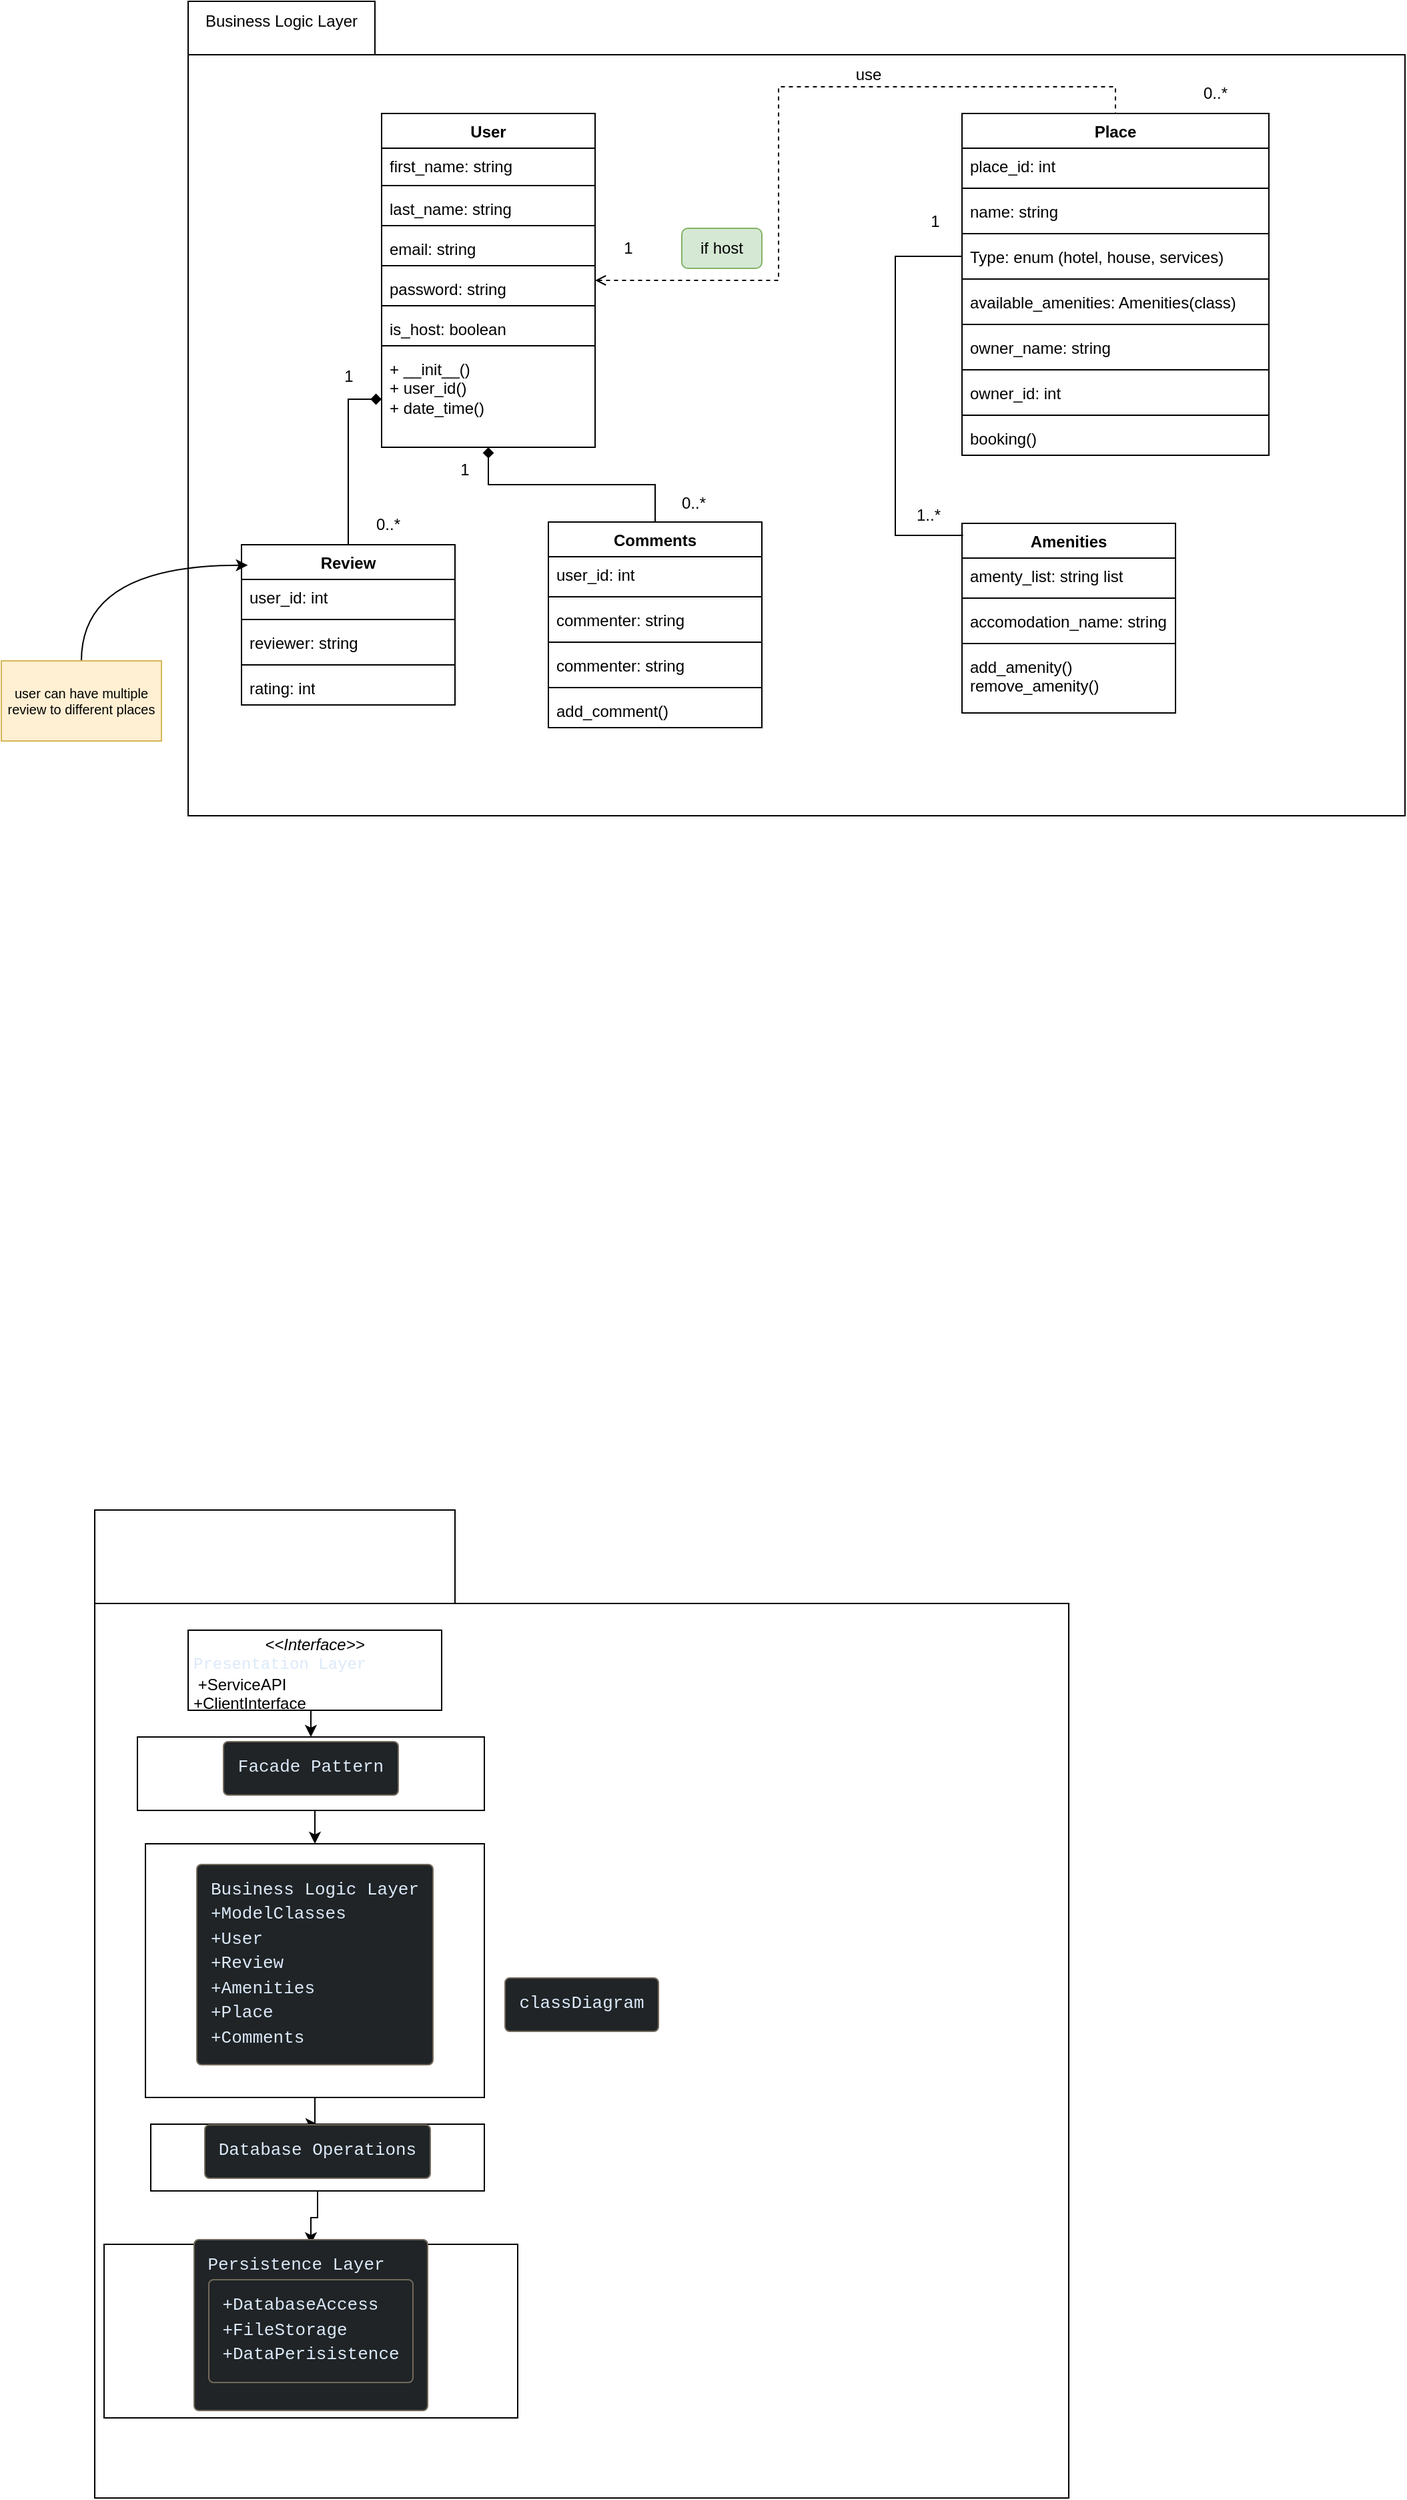
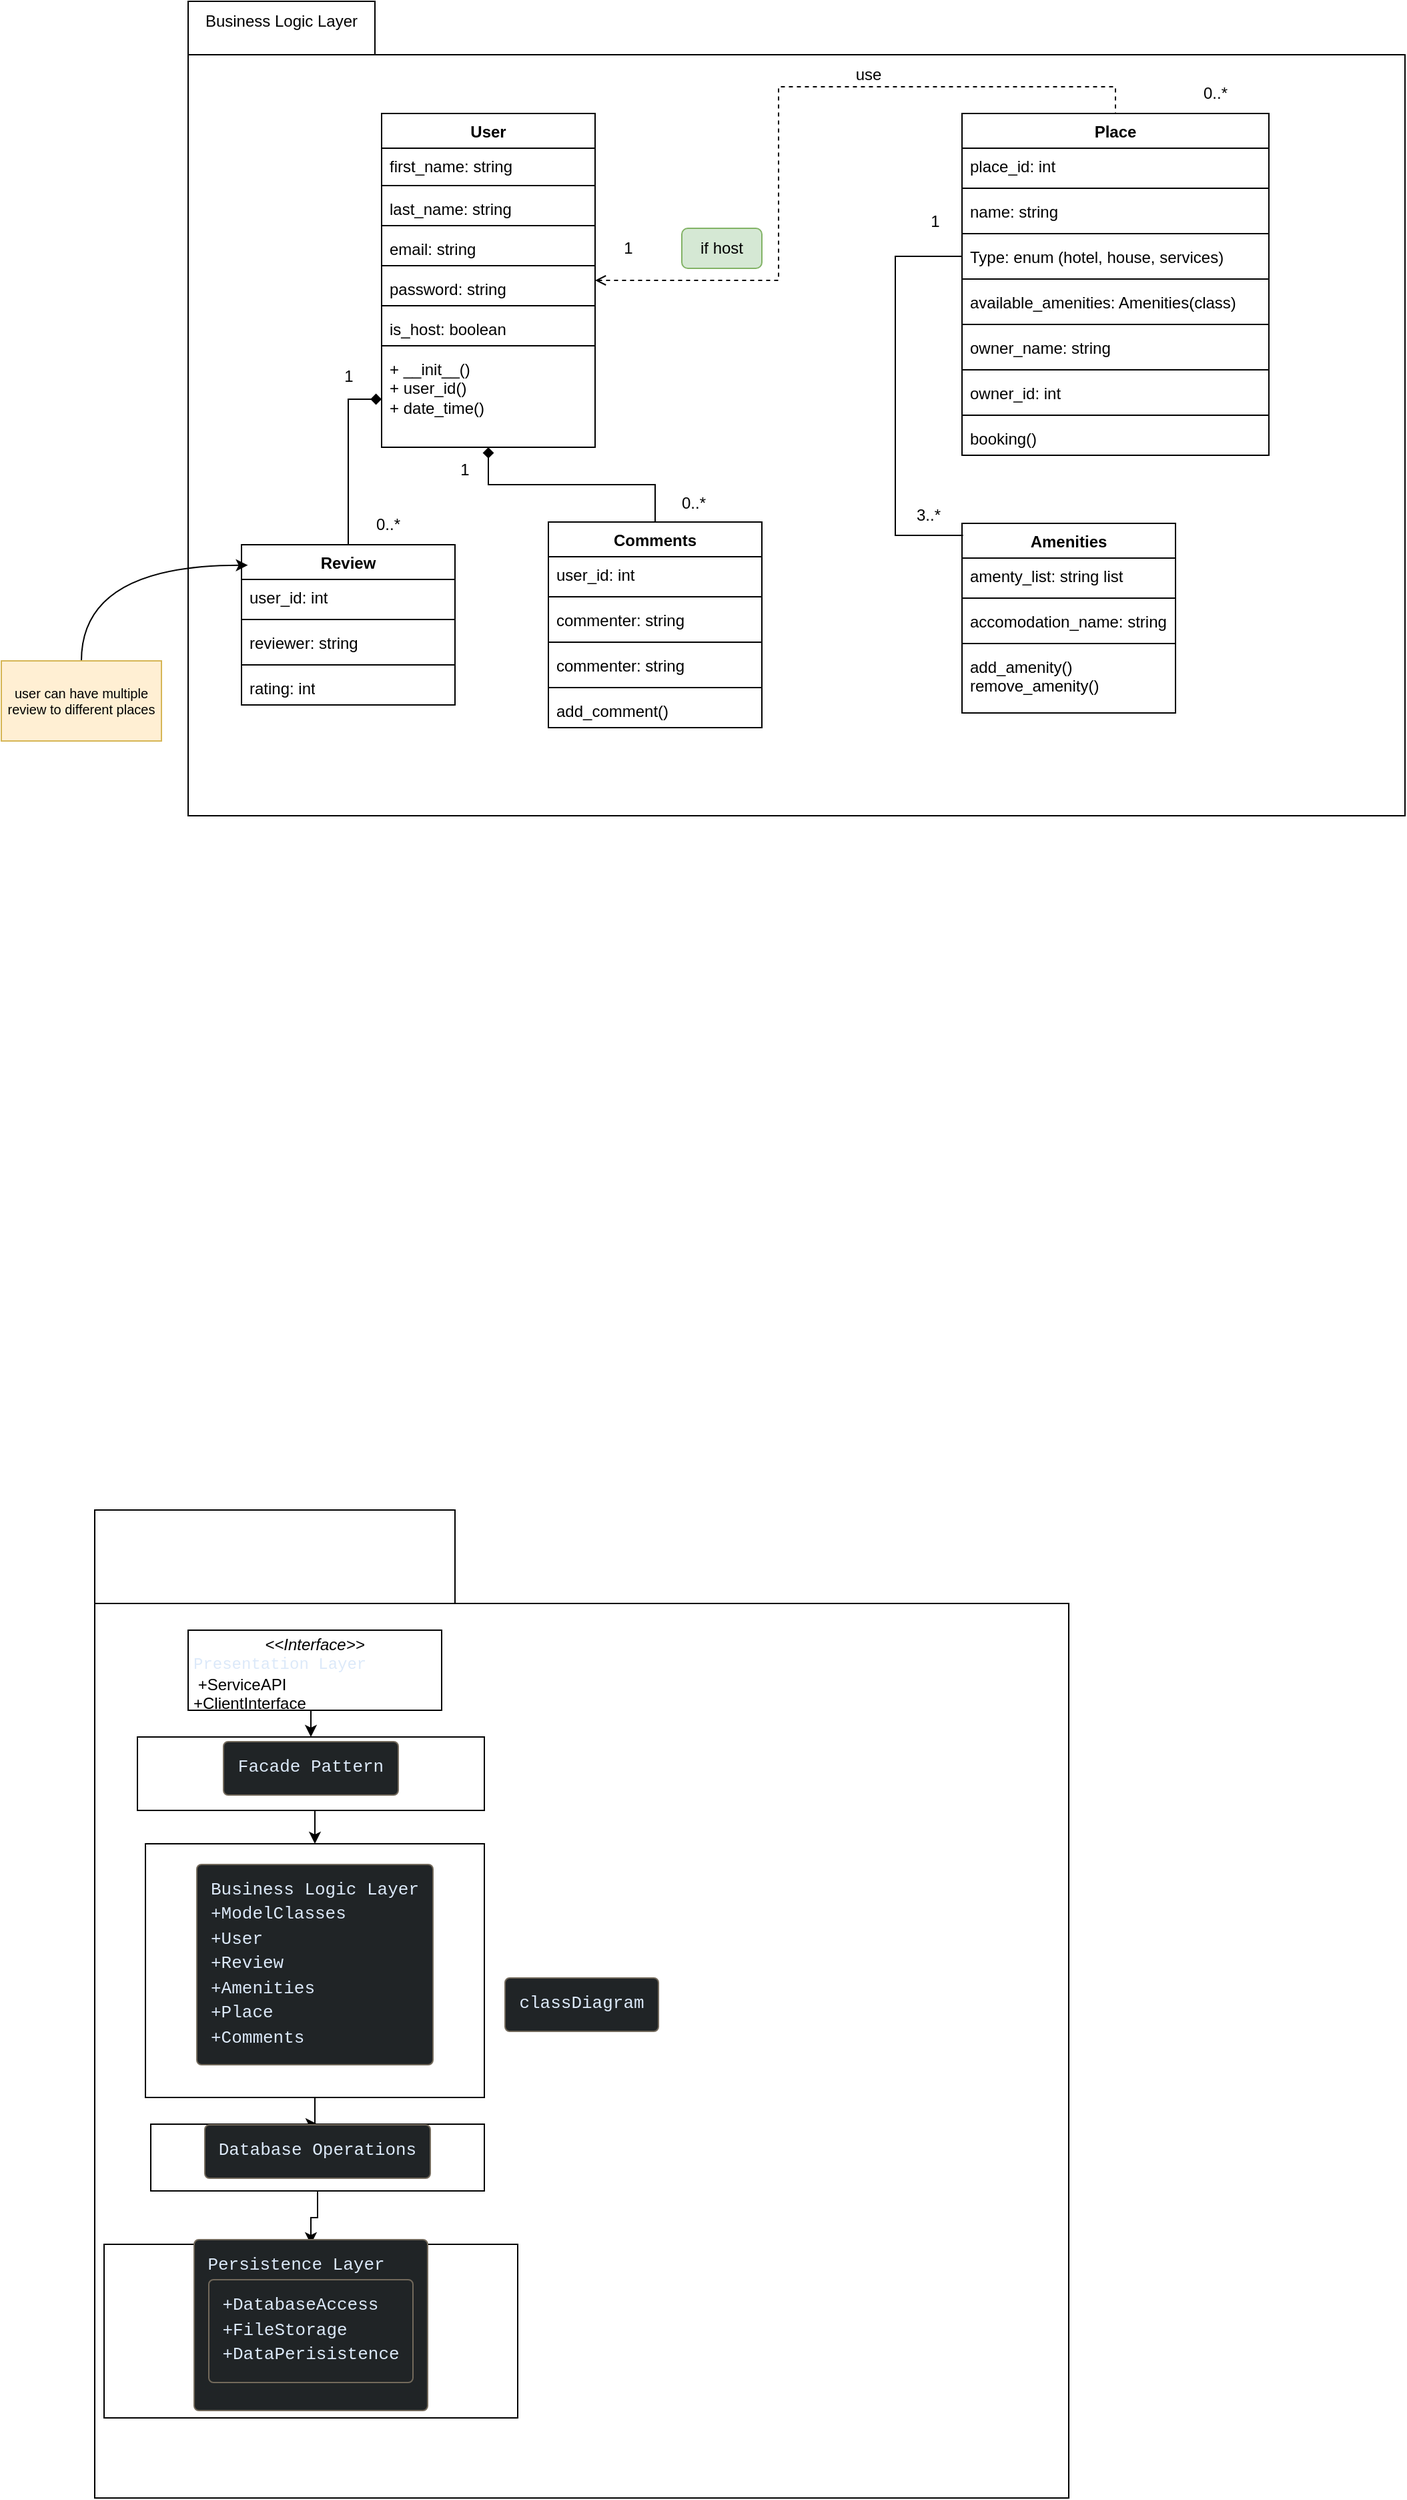
<mxfile host="app.diagrams.net">
  <diagram id="ltbA6WWBp3LRaSq-5ORm" name="Page-1">
-     <mxGraphModel dx="1283" dy="1726" grid="1" gridSize="10" guides="1" tooltips="1" connect="1" arrows="1" fold="1" page="1" pageScale="1" pageWidth="850" pageHeight="1100" math="0" shadow="0">
+     <mxGraphModel dx="811" dy="1500" grid="1" gridSize="10" guides="1" tooltips="1" connect="1" arrows="1" fold="1" page="1" pageScale="1" pageWidth="850" pageHeight="1100" math="0" shadow="0">
      <root>
        <mxCell id="0" />
        <mxCell id="1" parent="0" />
        <mxCell id="G2LW6t1l3yR2lz-vioTT-1" parent="1" style="shape=folder;fontStyle=1;spacingTop=10;tabWidth=140;tabHeight=40;tabPosition=left;html=1;whiteSpace=wrap;" value="" vertex="1">
          <mxGeometry height="610" width="912" x="180" y="-450" as="geometry" />
        </mxCell>
        <mxCell id="Qc-xl6jv6DDGC1pgQnW8-32" parent="1" style="rounded=1;whiteSpace=wrap;html=1;fillColor=#d5e8d4;strokeColor=#82b366;" value="if host" vertex="1">
          <mxGeometry height="30" width="60" x="550" y="-280" as="geometry" />
        </mxCell>
        <mxCell id="Qc-xl6jv6DDGC1pgQnW8-27" edge="1" parent="1" source="TRXBdDGxTs-NISdQ8IEX-1" style="edgeStyle=orthogonalEdgeStyle;rounded=0;orthogonalLoop=1;jettySize=auto;html=1;endArrow=none;endFill=0;startArrow=diamond;startFill=1;" target="TRXBdDGxTs-NISdQ8IEX-35">
          <mxGeometry relative="1" as="geometry" />
        </mxCell>
        <mxCell id="Qc-xl6jv6DDGC1pgQnW8-29" edge="1" parent="1" source="TRXBdDGxTs-NISdQ8IEX-1" style="edgeStyle=orthogonalEdgeStyle;rounded=0;orthogonalLoop=1;jettySize=auto;html=1;entryX=0.5;entryY=0;entryDx=0;entryDy=0;endArrow=none;endFill=0;dashed=1;startArrow=open;startFill=0;" target="TRXBdDGxTs-NISdQ8IEX-27">
          <mxGeometry relative="1" as="geometry" />
        </mxCell>
        <mxCell id="TRXBdDGxTs-NISdQ8IEX-1" parent="1" style="swimlane;fontStyle=1;align=center;verticalAlign=top;childLayout=stackLayout;horizontal=1;startSize=26;horizontalStack=0;resizeParent=1;resizeParentMax=0;resizeLast=0;collapsible=1;marginBottom=0;whiteSpace=wrap;html=1;" value="User" vertex="1">
          <mxGeometry height="250" width="160" x="325" y="-366" as="geometry" />
        </mxCell>
        <mxCell id="TRXBdDGxTs-NISdQ8IEX-2" parent="TRXBdDGxTs-NISdQ8IEX-1" style="text;strokeColor=none;fillColor=none;align=left;verticalAlign=top;spacingLeft=4;spacingRight=4;overflow=hidden;rotatable=0;points=[[0,0.5],[1,0.5]];portConstraint=eastwest;whiteSpace=wrap;html=1;" value="first_name: string&lt;div&gt;&lt;br&gt;&lt;/div&gt;" vertex="1">
          <mxGeometry height="24" width="160" y="26" as="geometry" />
        </mxCell>
        <mxCell id="TRXBdDGxTs-NISdQ8IEX-3" parent="TRXBdDGxTs-NISdQ8IEX-1" style="line;strokeWidth=1;fillColor=none;align=left;verticalAlign=middle;spacingTop=-1;spacingLeft=3;spacingRight=3;rotatable=0;labelPosition=right;points=[];portConstraint=eastwest;strokeColor=inherit;" value="" vertex="1">
          <mxGeometry height="8" width="160" y="50" as="geometry" />
        </mxCell>
        <mxCell id="TRXBdDGxTs-NISdQ8IEX-4" parent="TRXBdDGxTs-NISdQ8IEX-1" style="text;strokeColor=none;fillColor=none;align=left;verticalAlign=top;spacingLeft=4;spacingRight=4;overflow=hidden;rotatable=0;points=[[0,0.5],[1,0.5]];portConstraint=eastwest;whiteSpace=wrap;html=1;" value="&lt;div&gt;last_name: string&lt;/div&gt;" vertex="1">
          <mxGeometry height="22" width="160" y="58" as="geometry" />
        </mxCell>
        <mxCell id="TRXBdDGxTs-NISdQ8IEX-5" parent="TRXBdDGxTs-NISdQ8IEX-1" style="line;strokeWidth=1;fillColor=none;align=left;verticalAlign=middle;spacingTop=-1;spacingLeft=3;spacingRight=3;rotatable=0;labelPosition=right;points=[];portConstraint=eastwest;strokeColor=inherit;" value="" vertex="1">
          <mxGeometry height="8" width="160" y="80" as="geometry" />
        </mxCell>
        <mxCell id="TRXBdDGxTs-NISdQ8IEX-6" parent="TRXBdDGxTs-NISdQ8IEX-1" style="text;strokeColor=none;fillColor=none;align=left;verticalAlign=top;spacingLeft=4;spacingRight=4;overflow=hidden;rotatable=0;points=[[0,0.5],[1,0.5]];portConstraint=eastwest;whiteSpace=wrap;html=1;" value="&lt;div&gt;email: string&lt;/div&gt;" vertex="1">
          <mxGeometry height="22" width="160" y="88" as="geometry" />
        </mxCell>
        <mxCell id="TRXBdDGxTs-NISdQ8IEX-7" parent="TRXBdDGxTs-NISdQ8IEX-1" style="line;strokeWidth=1;fillColor=none;align=left;verticalAlign=middle;spacingTop=-1;spacingLeft=3;spacingRight=3;rotatable=0;labelPosition=right;points=[];portConstraint=eastwest;strokeColor=inherit;" value="" vertex="1">
          <mxGeometry height="8" width="160" y="110" as="geometry" />
        </mxCell>
        <mxCell id="TRXBdDGxTs-NISdQ8IEX-8" parent="TRXBdDGxTs-NISdQ8IEX-1" style="text;strokeColor=none;fillColor=none;align=left;verticalAlign=top;spacingLeft=4;spacingRight=4;overflow=hidden;rotatable=0;points=[[0,0.5],[1,0.5]];portConstraint=eastwest;whiteSpace=wrap;html=1;" value="&lt;div&gt;password: string&lt;/div&gt;" vertex="1">
          <mxGeometry height="22" width="160" y="118" as="geometry" />
        </mxCell>
        <mxCell id="TRXBdDGxTs-NISdQ8IEX-9" parent="TRXBdDGxTs-NISdQ8IEX-1" style="line;strokeWidth=1;fillColor=none;align=left;verticalAlign=middle;spacingTop=-1;spacingLeft=3;spacingRight=3;rotatable=0;labelPosition=right;points=[];portConstraint=eastwest;strokeColor=inherit;" value="" vertex="1">
          <mxGeometry height="8" width="160" y="140" as="geometry" />
        </mxCell>
        <mxCell id="TRXBdDGxTs-NISdQ8IEX-10" parent="TRXBdDGxTs-NISdQ8IEX-1" style="text;strokeColor=none;fillColor=none;align=left;verticalAlign=top;spacingLeft=4;spacingRight=4;overflow=hidden;rotatable=0;points=[[0,0.5],[1,0.5]];portConstraint=eastwest;whiteSpace=wrap;html=1;" value="&lt;div&gt;is_host: boolean&lt;/div&gt;" vertex="1">
          <mxGeometry height="22" width="160" y="148" as="geometry" />
        </mxCell>
        <mxCell id="TRXBdDGxTs-NISdQ8IEX-11" parent="TRXBdDGxTs-NISdQ8IEX-1" style="line;strokeWidth=1;fillColor=none;align=left;verticalAlign=middle;spacingTop=-1;spacingLeft=3;spacingRight=3;rotatable=0;labelPosition=right;points=[];portConstraint=eastwest;strokeColor=inherit;" value="" vertex="1">
          <mxGeometry height="8" width="160" y="170" as="geometry" />
        </mxCell>
        <mxCell id="TRXBdDGxTs-NISdQ8IEX-12" parent="TRXBdDGxTs-NISdQ8IEX-1" style="text;strokeColor=none;fillColor=none;align=left;verticalAlign=top;spacingLeft=4;spacingRight=4;overflow=hidden;rotatable=0;points=[[0,0.5],[1,0.5]];portConstraint=eastwest;whiteSpace=wrap;html=1;" value="+ __init__()&lt;div&gt;+ user_id()&lt;/div&gt;&lt;div&gt;+ date_time()&lt;/div&gt;" vertex="1">
          <mxGeometry height="72" width="160" y="178" as="geometry" />
        </mxCell>
        <mxCell id="TRXBdDGxTs-NISdQ8IEX-13" parent="1" style="shape=folder;fontStyle=1;spacingTop=10;tabWidth=270;tabHeight=70;tabPosition=left;html=1;whiteSpace=wrap;" value="&lt;pre style=&quot;box-sizing: border-box; overflow: auto; font-family: Menlo, Monaco, Consolas, &amp;quot;Courier New&amp;quot;, monospace; font-size: 13px; margin: 0px 0px 10px; line-height: 1.42857; color: rgb(220, 233, 249); word-break: break-all; overflow-wrap: break-word; border-width: 1px; border-style: solid; border-image: initial; scrollbar-color: rgb(95, 99, 104) rgb(49, 54, 60); font-weight: 400; text-align: start; padding: 10px !important; background-color: rgb(32, 36, 38) !important; border-color: rgb(114, 105, 91) !important; border-radius: 4px !important;&quot;&gt;&lt;code class=&quot;mermaid language-mermaid&quot; style=&quot;box-sizing: border-box; font-family: Menlo, Monaco, Consolas, &amp;quot;Courier New&amp;quot;, monospace; font-size: inherit; padding: 0px; border-radius: 0px; white-space: pre-wrap; scrollbar-color: rgb(95, 99, 104) rgb(49, 54, 60); background-color: transparent !important;&quot;&gt;classDiagram&lt;/code&gt;&lt;/pre&gt;" vertex="1">
          <mxGeometry height="740" width="730" x="110" y="680" as="geometry" />
        </mxCell>
        <mxCell id="TRXBdDGxTs-NISdQ8IEX-14" edge="1" parent="1" source="TRXBdDGxTs-NISdQ8IEX-20" style="edgeStyle=orthogonalEdgeStyle;rounded=0;orthogonalLoop=1;jettySize=auto;html=1;exitX=0.5;exitY=1;exitDx=0;exitDy=0;entryX=0.5;entryY=0;entryDx=0;entryDy=0;" target="TRXBdDGxTs-NISdQ8IEX-17">
          <mxGeometry relative="1" as="geometry" />
        </mxCell>
        <mxCell id="TRXBdDGxTs-NISdQ8IEX-15" parent="1" style="verticalAlign=top;align=left;overflow=fill;html=1;whiteSpace=wrap;" value="&lt;p style=&quot;margin:0px;margin-top:4px;text-align:center;&quot;&gt;&lt;i&gt;&amp;lt;&amp;lt;Interface&amp;gt;&amp;gt;&lt;/i&gt;&lt;br&gt;&lt;/p&gt;&lt;p style=&quot;margin:0px;margin-left:4px;&quot;&gt;&lt;span style=&quot;background-color: transparent; font-family: Menlo, Monaco, Consolas, &amp;quot;Courier New&amp;quot;, monospace; font-size: inherit; white-space: pre-wrap; color: rgb(220, 233, 249); --dm-inline-bgcolor: transparent;&quot; data-dm-inline-bgcolor=&quot;&quot;&gt;Presentation Layer&lt;/span&gt;&lt;/p&gt;&lt;p style=&quot;margin:0px;margin-left:4px;&quot;&gt;&amp;nbsp;+ServiceAPI&lt;br&gt;+ClientInterface&lt;/p&gt;" vertex="1">
          <mxGeometry height="60" width="190" x="180" y="770" as="geometry" />
        </mxCell>
        <mxCell id="TRXBdDGxTs-NISdQ8IEX-16" edge="1" parent="1" source="TRXBdDGxTs-NISdQ8IEX-22" style="edgeStyle=orthogonalEdgeStyle;rounded=0;orthogonalLoop=1;jettySize=auto;html=1;exitX=0.5;exitY=1;exitDx=0;exitDy=0;" target="TRXBdDGxTs-NISdQ8IEX-18">
          <mxGeometry relative="1" as="geometry" />
        </mxCell>
        <mxCell id="TRXBdDGxTs-NISdQ8IEX-17" parent="1" style="html=1;whiteSpace=wrap;" value="&lt;pre style=&quot;box-sizing: border-box; overflow: auto; font-family: Menlo, Monaco, Consolas, &amp;quot;Courier New&amp;quot;, monospace; font-size: 13px; margin: 0px 0px 10px; line-height: 1.42857; color: rgb(220, 233, 249); word-break: break-all; overflow-wrap: break-word; border: 1px solid rgb(114, 105, 91); scrollbar-color: rgb(95, 99, 104) rgb(49, 54, 60); text-align: start; background-color: rgb(32, 36, 38); padding: 10px !important; border-radius: 4px !important;&quot;&gt;&lt;code class=&quot;mermaid language-mermaid&quot; style=&quot;box-sizing: border-box; font-family: Menlo, Monaco, Consolas, &amp;quot;Courier New&amp;quot;, monospace; font-size: inherit; padding: 0px; border-radius: 0px; white-space: pre-wrap; scrollbar-color: rgb(95, 99, 104) rgb(49, 54, 60); background-color: transparent !important; --dm-inline-bgcolor: transparent;&quot; data-dm-inline-bgcolor=&quot;&quot;&gt;Business Logic Layer&lt;br&gt;+&lt;/code&gt;ModelClasses&lt;br&gt;+User&lt;br&gt;+Review&lt;br&gt;+Amenities&lt;br&gt;+Place&lt;br&gt;+Comments&lt;/pre&gt;" vertex="1">
          <mxGeometry height="190" width="254" x="148" y="930" as="geometry" />
        </mxCell>
        <mxCell id="TRXBdDGxTs-NISdQ8IEX-18" parent="1" style="html=1;whiteSpace=wrap;" value="&lt;pre style=&quot;box-sizing: border-box; overflow: auto; font-family: Menlo, Monaco, Consolas, &amp;quot;Courier New&amp;quot;, monospace; font-size: 13px; margin: 0px 0px 10px; line-height: 1.42857; color: rgb(220, 233, 249); word-break: break-all; overflow-wrap: break-word; border: 1px solid rgb(114, 105, 91); scrollbar-color: rgb(95, 99, 104) rgb(49, 54, 60); text-align: start; background-color: rgb(32, 36, 38); padding: 10px !important; border-radius: 4px !important;&quot;&gt;&lt;code class=&quot;mermaid language-mermaid&quot; style=&quot;box-sizing: border-box; font-family: Menlo, Monaco, Consolas, &amp;quot;Courier New&amp;quot;, monospace; font-size: inherit; padding: 0px; border-radius: 0px; white-space: pre-wrap; scrollbar-color: rgb(95, 99, 104) rgb(49, 54, 60); background-color: transparent !important; --dm-inline-bgcolor: transparent;&quot; data-dm-inline-bgcolor=&quot;&quot;&gt;Persistence Layer&lt;br&gt;&lt;pre style=&quot;box-sizing: border-box; overflow: auto; font-family: Menlo, Monaco, Consolas, &amp;quot;Courier New&amp;quot;, monospace; margin: 0px 0px 10px; line-height: 1.42857; color: rgb(220, 233, 249); word-break: break-all; overflow-wrap: break-word; border: 1px solid rgb(114, 105, 91); scrollbar-color: rgb(95, 99, 104) rgb(49, 54, 60); background-color: rgb(32, 36, 38); padding: 10px !important; border-radius: 4px !important;&quot;&gt;&lt;code class=&quot;mermaid language-mermaid&quot; style=&quot;box-sizing: border-box; font-family: Menlo, Monaco, Consolas, &amp;quot;Courier New&amp;quot;, monospace; font-size: inherit; padding: 0px; border-radius: 0px; white-space: pre-wrap; scrollbar-color: rgb(95, 99, 104) rgb(49, 54, 60); background-color: transparent !important; --dm-inline-bgcolor: transparent;&quot; data-dm-inline-bgcolor=&quot;&quot;&gt;+DatabaseAccess&lt;br&gt;+FileStorage&lt;br&gt;+DataPerisistence&lt;/code&gt;&lt;/pre&gt;&lt;/code&gt;&lt;/pre&gt;" vertex="1">
          <mxGeometry height="130" width="310" x="117" y="1230" as="geometry" />
        </mxCell>
        <mxCell id="TRXBdDGxTs-NISdQ8IEX-19" edge="1" parent="1" source="TRXBdDGxTs-NISdQ8IEX-15" style="edgeStyle=orthogonalEdgeStyle;rounded=0;orthogonalLoop=1;jettySize=auto;html=1;exitX=0.5;exitY=1;exitDx=0;exitDy=0;entryX=0.5;entryY=0;entryDx=0;entryDy=0;" target="TRXBdDGxTs-NISdQ8IEX-20" value="">
          <mxGeometry relative="1" as="geometry">
            <mxPoint x="275" y="830" as="sourcePoint" />
            <mxPoint x="275" y="930" as="targetPoint" />
          </mxGeometry>
        </mxCell>
        <mxCell id="TRXBdDGxTs-NISdQ8IEX-20" parent="1" style="html=1;whiteSpace=wrap;" value="&lt;pre style=&quot;box-sizing: border-box; overflow: auto; font-family: Menlo, Monaco, Consolas, &amp;quot;Courier New&amp;quot;, monospace; font-size: 13px; margin: 0px 0px 10px; line-height: 1.42857; color: rgb(220, 233, 249); word-break: break-all; overflow-wrap: break-word; border-width: 1px; border-style: solid; border-image: initial; scrollbar-color: rgb(95, 99, 104) rgb(49, 54, 60); text-align: start; padding: 10px !important; background-color: rgb(32, 36, 38) !important; border-color: rgb(114, 105, 91) !important; border-radius: 4px !important;&quot;&gt;&lt;code class=&quot;mermaid language-mermaid&quot; style=&quot;box-sizing: border-box; font-family: Menlo, Monaco, Consolas, &amp;quot;Courier New&amp;quot;, monospace; font-size: inherit; padding: 0px; border-radius: 0px; white-space: pre-wrap; scrollbar-color: rgb(95, 99, 104) rgb(49, 54, 60); background-color: transparent !important;&quot;&gt;Facade Pattern&lt;/code&gt;&lt;/pre&gt;" vertex="1">
          <mxGeometry height="55" width="260" x="142" y="850" as="geometry" />
        </mxCell>
        <mxCell id="TRXBdDGxTs-NISdQ8IEX-21" edge="1" parent="1" source="TRXBdDGxTs-NISdQ8IEX-17" style="edgeStyle=orthogonalEdgeStyle;rounded=0;orthogonalLoop=1;jettySize=auto;html=1;exitX=0.5;exitY=1;exitDx=0;exitDy=0;" target="TRXBdDGxTs-NISdQ8IEX-22" value="">
          <mxGeometry relative="1" as="geometry">
            <mxPoint x="275" y="1120" as="sourcePoint" />
            <mxPoint x="275" y="1190" as="targetPoint" />
          </mxGeometry>
        </mxCell>
        <mxCell id="TRXBdDGxTs-NISdQ8IEX-22" parent="1" style="html=1;whiteSpace=wrap;" value="&lt;pre style=&quot;box-sizing: border-box; overflow: auto; font-family: Menlo, Monaco, Consolas, &amp;quot;Courier New&amp;quot;, monospace; font-size: 13px; margin: 0px 0px 10px; line-height: 1.42857; color: rgb(220, 233, 249); word-break: break-all; overflow-wrap: break-word; border-width: 1px; border-style: solid; border-image: initial; scrollbar-color: rgb(95, 99, 104) rgb(49, 54, 60); text-align: start; padding: 10px !important; background-color: rgb(32, 36, 38) !important; border-color: rgb(114, 105, 91) !important; border-radius: 4px !important;&quot;&gt;&lt;code class=&quot;mermaid language-mermaid&quot; style=&quot;box-sizing: border-box; font-family: Menlo, Monaco, Consolas, &amp;quot;Courier New&amp;quot;, monospace; font-size: inherit; padding: 0px; border-radius: 0px; white-space: pre-wrap; scrollbar-color: rgb(95, 99, 104) rgb(49, 54, 60); background-color: transparent !important;&quot;&gt;Database Operations&lt;/code&gt;&lt;/pre&gt;" vertex="1">
          <mxGeometry height="50" width="250" x="152" y="1140" as="geometry" />
        </mxCell>
        <mxCell id="TRXBdDGxTs-NISdQ8IEX-23" parent="1" style="swimlane;fontStyle=1;align=center;verticalAlign=top;childLayout=stackLayout;horizontal=1;startSize=26;horizontalStack=0;resizeParent=1;resizeParentMax=0;resizeLast=0;collapsible=1;marginBottom=0;whiteSpace=wrap;html=1;" value="Amenities" vertex="1">
          <mxGeometry height="142" width="160" x="760" y="-59" as="geometry" />
        </mxCell>
        <mxCell id="TRXBdDGxTs-NISdQ8IEX-24" parent="TRXBdDGxTs-NISdQ8IEX-23" style="text;strokeColor=none;fillColor=none;align=left;verticalAlign=top;spacingLeft=4;spacingRight=4;overflow=hidden;rotatable=0;points=[[0,0.5],[1,0.5]];portConstraint=eastwest;whiteSpace=wrap;html=1;" value="amenty_list: string list" vertex="1">
          <mxGeometry height="26" width="160" y="26" as="geometry" />
        </mxCell>
        <mxCell id="TRXBdDGxTs-NISdQ8IEX-25" parent="TRXBdDGxTs-NISdQ8IEX-23" style="line;strokeWidth=1;fillColor=none;align=left;verticalAlign=middle;spacingTop=-1;spacingLeft=3;spacingRight=3;rotatable=0;labelPosition=right;points=[];portConstraint=eastwest;strokeColor=inherit;" value="" vertex="1">
          <mxGeometry height="8" width="160" y="52" as="geometry" />
        </mxCell>
        <mxCell id="Qc-xl6jv6DDGC1pgQnW8-6" parent="TRXBdDGxTs-NISdQ8IEX-23" style="text;strokeColor=none;fillColor=none;align=left;verticalAlign=top;spacingLeft=4;spacingRight=4;overflow=hidden;rotatable=0;points=[[0,0.5],[1,0.5]];portConstraint=eastwest;whiteSpace=wrap;html=1;" value="accomodation_name: string" vertex="1">
          <mxGeometry height="26" width="160" y="60" as="geometry" />
        </mxCell>
        <mxCell id="Qc-xl6jv6DDGC1pgQnW8-13" parent="TRXBdDGxTs-NISdQ8IEX-23" style="line;strokeWidth=1;fillColor=none;align=left;verticalAlign=middle;spacingTop=-1;spacingLeft=3;spacingRight=3;rotatable=0;labelPosition=right;points=[];portConstraint=eastwest;strokeColor=inherit;" value="" vertex="1">
          <mxGeometry height="8" width="160" y="86" as="geometry" />
        </mxCell>
        <mxCell id="TRXBdDGxTs-NISdQ8IEX-26" parent="TRXBdDGxTs-NISdQ8IEX-23" style="text;strokeColor=none;fillColor=none;align=left;verticalAlign=top;spacingLeft=4;spacingRight=4;overflow=hidden;rotatable=0;points=[[0,0.5],[1,0.5]];portConstraint=eastwest;whiteSpace=wrap;html=1;" value="add_amenity()&lt;div&gt;remove_amenity()&lt;/div&gt;" vertex="1">
          <mxGeometry height="48" width="160" y="94" as="geometry" />
        </mxCell>
        <mxCell id="TRXBdDGxTs-NISdQ8IEX-27" parent="1" style="swimlane;fontStyle=1;align=center;verticalAlign=top;childLayout=stackLayout;horizontal=1;startSize=26;horizontalStack=0;resizeParent=1;resizeParentMax=0;resizeLast=0;collapsible=1;marginBottom=0;whiteSpace=wrap;html=1;" value="Place" vertex="1">
          <mxGeometry height="256" width="230" x="760" y="-366" as="geometry" />
        </mxCell>
        <mxCell id="Qc-xl6jv6DDGC1pgQnW8-40" parent="TRXBdDGxTs-NISdQ8IEX-27" style="text;strokeColor=none;fillColor=none;align=left;verticalAlign=top;spacingLeft=4;spacingRight=4;overflow=hidden;rotatable=0;points=[[0,0.5],[1,0.5]];portConstraint=eastwest;whiteSpace=wrap;html=1;" value="place_id: int" vertex="1">
          <mxGeometry height="26" width="230" y="26" as="geometry" />
        </mxCell>
        <mxCell id="Qc-xl6jv6DDGC1pgQnW8-41" parent="TRXBdDGxTs-NISdQ8IEX-27" style="line;strokeWidth=1;fillColor=none;align=left;verticalAlign=middle;spacingTop=-1;spacingLeft=3;spacingRight=3;rotatable=0;labelPosition=right;points=[];portConstraint=eastwest;strokeColor=inherit;" value="" vertex="1">
          <mxGeometry height="8" width="230" y="52" as="geometry" />
        </mxCell>
        <mxCell id="TRXBdDGxTs-NISdQ8IEX-28" parent="TRXBdDGxTs-NISdQ8IEX-27" style="text;strokeColor=none;fillColor=none;align=left;verticalAlign=top;spacingLeft=4;spacingRight=4;overflow=hidden;rotatable=0;points=[[0,0.5],[1,0.5]];portConstraint=eastwest;whiteSpace=wrap;html=1;" value="name: string" vertex="1">
          <mxGeometry height="26" width="230" y="60" as="geometry" />
        </mxCell>
        <mxCell id="TRXBdDGxTs-NISdQ8IEX-29" parent="TRXBdDGxTs-NISdQ8IEX-27" style="line;strokeWidth=1;fillColor=none;align=left;verticalAlign=middle;spacingTop=-1;spacingLeft=3;spacingRight=3;rotatable=0;labelPosition=right;points=[];portConstraint=eastwest;strokeColor=inherit;" value="" vertex="1">
          <mxGeometry height="8" width="230" y="86" as="geometry" />
        </mxCell>
        <mxCell id="TRXBdDGxTs-NISdQ8IEX-30" parent="TRXBdDGxTs-NISdQ8IEX-27" style="text;strokeColor=none;fillColor=none;align=left;verticalAlign=top;spacingLeft=4;spacingRight=4;overflow=hidden;rotatable=0;points=[[0,0.5],[1,0.5]];portConstraint=eastwest;whiteSpace=wrap;html=1;" value="Type: enum (hotel, house, services)" vertex="1">
          <mxGeometry height="26" width="230" y="94" as="geometry" />
        </mxCell>
        <mxCell id="Qc-xl6jv6DDGC1pgQnW8-15" parent="TRXBdDGxTs-NISdQ8IEX-27" style="line;strokeWidth=1;fillColor=none;align=left;verticalAlign=middle;spacingTop=-1;spacingLeft=3;spacingRight=3;rotatable=0;labelPosition=right;points=[];portConstraint=eastwest;strokeColor=inherit;" value="" vertex="1">
          <mxGeometry height="8" width="230" y="120" as="geometry" />
        </mxCell>
        <mxCell id="Qc-xl6jv6DDGC1pgQnW8-26" parent="TRXBdDGxTs-NISdQ8IEX-27" style="text;strokeColor=none;fillColor=none;align=left;verticalAlign=top;spacingLeft=4;spacingRight=4;overflow=hidden;rotatable=0;points=[[0,0.5],[1,0.5]];portConstraint=eastwest;whiteSpace=wrap;html=1;" value="available_amenities: Amenities(class)" vertex="1">
          <mxGeometry height="26" width="230" y="128" as="geometry" />
        </mxCell>
        <mxCell id="Qc-xl6jv6DDGC1pgQnW8-14" parent="TRXBdDGxTs-NISdQ8IEX-27" style="line;strokeWidth=1;fillColor=none;align=left;verticalAlign=middle;spacingTop=-1;spacingLeft=3;spacingRight=3;rotatable=0;labelPosition=right;points=[];portConstraint=eastwest;strokeColor=inherit;" value="" vertex="1">
          <mxGeometry height="8" width="230" y="154" as="geometry" />
        </mxCell>
        <mxCell id="Qc-xl6jv6DDGC1pgQnW8-16" parent="TRXBdDGxTs-NISdQ8IEX-27" style="text;strokeColor=none;fillColor=none;align=left;verticalAlign=top;spacingLeft=4;spacingRight=4;overflow=hidden;rotatable=0;points=[[0,0.5],[1,0.5]];portConstraint=eastwest;whiteSpace=wrap;html=1;" value="owner_name: string" vertex="1">
          <mxGeometry height="26" width="230" y="162" as="geometry" />
        </mxCell>
        <mxCell id="Qc-xl6jv6DDGC1pgQnW8-17" parent="TRXBdDGxTs-NISdQ8IEX-27" style="line;strokeWidth=1;fillColor=none;align=left;verticalAlign=middle;spacingTop=-1;spacingLeft=3;spacingRight=3;rotatable=0;labelPosition=right;points=[];portConstraint=eastwest;strokeColor=inherit;" value="" vertex="1">
          <mxGeometry height="8" width="230" y="188" as="geometry" />
        </mxCell>
        <mxCell id="Qc-xl6jv6DDGC1pgQnW8-12" parent="TRXBdDGxTs-NISdQ8IEX-27" style="text;strokeColor=none;fillColor=none;align=left;verticalAlign=top;spacingLeft=4;spacingRight=4;overflow=hidden;rotatable=0;points=[[0,0.5],[1,0.5]];portConstraint=eastwest;whiteSpace=wrap;html=1;" value="owner_id: int" vertex="1">
          <mxGeometry height="26" width="230" y="196" as="geometry" />
        </mxCell>
        <mxCell id="Qc-xl6jv6DDGC1pgQnW8-20" parent="TRXBdDGxTs-NISdQ8IEX-27" style="line;strokeWidth=1;fillColor=none;align=left;verticalAlign=middle;spacingTop=-1;spacingLeft=3;spacingRight=3;rotatable=0;labelPosition=right;points=[];portConstraint=eastwest;strokeColor=inherit;" value="" vertex="1">
          <mxGeometry height="8" width="230" y="222" as="geometry" />
        </mxCell>
        <mxCell id="Qc-xl6jv6DDGC1pgQnW8-19" parent="TRXBdDGxTs-NISdQ8IEX-27" style="text;strokeColor=none;fillColor=none;align=left;verticalAlign=top;spacingLeft=4;spacingRight=4;overflow=hidden;rotatable=0;points=[[0,0.5],[1,0.5]];portConstraint=eastwest;whiteSpace=wrap;html=1;" value="booking()" vertex="1">
          <mxGeometry height="26" width="230" y="230" as="geometry" />
        </mxCell>
        <mxCell id="TRXBdDGxTs-NISdQ8IEX-35" parent="1" style="swimlane;fontStyle=1;align=center;verticalAlign=top;childLayout=stackLayout;horizontal=1;startSize=26;horizontalStack=0;resizeParent=1;resizeParentMax=0;resizeLast=0;collapsible=1;marginBottom=0;whiteSpace=wrap;html=1;" value="Comments" vertex="1">
          <mxGeometry height="154" width="160" x="450" y="-60" as="geometry" />
        </mxCell>
        <mxCell id="TRXBdDGxTs-NISdQ8IEX-36" parent="TRXBdDGxTs-NISdQ8IEX-35" style="text;strokeColor=none;fillColor=none;align=left;verticalAlign=top;spacingLeft=4;spacingRight=4;overflow=hidden;rotatable=0;points=[[0,0.5],[1,0.5]];portConstraint=eastwest;whiteSpace=wrap;html=1;" value="user_id: int" vertex="1">
          <mxGeometry height="26" width="160" y="26" as="geometry" />
        </mxCell>
        <mxCell id="TRXBdDGxTs-NISdQ8IEX-37" parent="TRXBdDGxTs-NISdQ8IEX-35" style="line;strokeWidth=1;fillColor=none;align=left;verticalAlign=middle;spacingTop=-1;spacingLeft=3;spacingRight=3;rotatable=0;labelPosition=right;points=[];portConstraint=eastwest;strokeColor=inherit;" value="" vertex="1">
          <mxGeometry height="8" width="160" y="52" as="geometry" />
        </mxCell>
        <mxCell id="Qc-xl6jv6DDGC1pgQnW8-36" parent="TRXBdDGxTs-NISdQ8IEX-35" style="text;strokeColor=none;fillColor=none;align=left;verticalAlign=top;spacingLeft=4;spacingRight=4;overflow=hidden;rotatable=0;points=[[0,0.5],[1,0.5]];portConstraint=eastwest;whiteSpace=wrap;html=1;" value="commenter: string" vertex="1">
          <mxGeometry height="26" width="160" y="60" as="geometry" />
        </mxCell>
        <mxCell id="Qc-xl6jv6DDGC1pgQnW8-37" parent="TRXBdDGxTs-NISdQ8IEX-35" style="line;strokeWidth=1;fillColor=none;align=left;verticalAlign=middle;spacingTop=-1;spacingLeft=3;spacingRight=3;rotatable=0;labelPosition=right;points=[];portConstraint=eastwest;strokeColor=inherit;" value="" vertex="1">
          <mxGeometry height="8" width="160" y="86" as="geometry" />
        </mxCell>
        <mxCell id="Qc-xl6jv6DDGC1pgQnW8-22" parent="TRXBdDGxTs-NISdQ8IEX-35" style="text;strokeColor=none;fillColor=none;align=left;verticalAlign=top;spacingLeft=4;spacingRight=4;overflow=hidden;rotatable=0;points=[[0,0.5],[1,0.5]];portConstraint=eastwest;whiteSpace=wrap;html=1;" value="commenter: string" vertex="1">
          <mxGeometry height="26" width="160" y="94" as="geometry" />
        </mxCell>
        <mxCell id="Qc-xl6jv6DDGC1pgQnW8-23" parent="TRXBdDGxTs-NISdQ8IEX-35" style="line;strokeWidth=1;fillColor=none;align=left;verticalAlign=middle;spacingTop=-1;spacingLeft=3;spacingRight=3;rotatable=0;labelPosition=right;points=[];portConstraint=eastwest;strokeColor=inherit;" value="" vertex="1">
          <mxGeometry height="8" width="160" y="120" as="geometry" />
        </mxCell>
        <mxCell id="TRXBdDGxTs-NISdQ8IEX-38" parent="TRXBdDGxTs-NISdQ8IEX-35" style="text;strokeColor=none;fillColor=none;align=left;verticalAlign=top;spacingLeft=4;spacingRight=4;overflow=hidden;rotatable=0;points=[[0,0.5],[1,0.5]];portConstraint=eastwest;whiteSpace=wrap;html=1;" value="add_comment()" vertex="1">
          <mxGeometry height="26" width="160" y="128" as="geometry" />
        </mxCell>
        <mxCell id="Qc-xl6jv6DDGC1pgQnW8-1" parent="1" style="swimlane;fontStyle=1;align=center;verticalAlign=top;childLayout=stackLayout;horizontal=1;startSize=26;horizontalStack=0;resizeParent=1;resizeParentMax=0;resizeLast=0;collapsible=1;marginBottom=0;whiteSpace=wrap;html=1;" value="Review" vertex="1">
          <mxGeometry height="120" width="160" x="220" y="-43" as="geometry" />
        </mxCell>
        <mxCell id="Qc-xl6jv6DDGC1pgQnW8-38" parent="Qc-xl6jv6DDGC1pgQnW8-1" style="text;strokeColor=none;fillColor=none;align=left;verticalAlign=top;spacingLeft=4;spacingRight=4;overflow=hidden;rotatable=0;points=[[0,0.5],[1,0.5]];portConstraint=eastwest;whiteSpace=wrap;html=1;" value="user_id: int" vertex="1">
          <mxGeometry height="26" width="160" y="26" as="geometry" />
        </mxCell>
        <mxCell id="Qc-xl6jv6DDGC1pgQnW8-39" parent="Qc-xl6jv6DDGC1pgQnW8-1" style="line;strokeWidth=1;fillColor=none;align=left;verticalAlign=middle;spacingTop=-1;spacingLeft=3;spacingRight=3;rotatable=0;labelPosition=right;points=[];portConstraint=eastwest;strokeColor=inherit;" value="" vertex="1">
          <mxGeometry height="8" width="160" y="52" as="geometry" />
        </mxCell>
        <mxCell id="Qc-xl6jv6DDGC1pgQnW8-2" parent="Qc-xl6jv6DDGC1pgQnW8-1" style="text;strokeColor=none;fillColor=none;align=left;verticalAlign=top;spacingLeft=4;spacingRight=4;overflow=hidden;rotatable=0;points=[[0,0.5],[1,0.5]];portConstraint=eastwest;whiteSpace=wrap;html=1;" value="reviewer: string" vertex="1">
          <mxGeometry height="26" width="160" y="60" as="geometry" />
        </mxCell>
        <mxCell id="Qc-xl6jv6DDGC1pgQnW8-3" parent="Qc-xl6jv6DDGC1pgQnW8-1" style="line;strokeWidth=1;fillColor=none;align=left;verticalAlign=middle;spacingTop=-1;spacingLeft=3;spacingRight=3;rotatable=0;labelPosition=right;points=[];portConstraint=eastwest;strokeColor=inherit;" value="" vertex="1">
          <mxGeometry height="8" width="160" y="86" as="geometry" />
        </mxCell>
        <mxCell id="Qc-xl6jv6DDGC1pgQnW8-4" parent="Qc-xl6jv6DDGC1pgQnW8-1" style="text;strokeColor=none;fillColor=none;align=left;verticalAlign=top;spacingLeft=4;spacingRight=4;overflow=hidden;rotatable=0;points=[[0,0.5],[1,0.5]];portConstraint=eastwest;whiteSpace=wrap;html=1;" value="rating: int" vertex="1">
          <mxGeometry height="26" width="160" y="94" as="geometry" />
        </mxCell>
        <mxCell id="Qc-xl6jv6DDGC1pgQnW8-24" edge="1" parent="1" source="TRXBdDGxTs-NISdQ8IEX-30" style="edgeStyle=orthogonalEdgeStyle;rounded=0;orthogonalLoop=1;jettySize=auto;html=1;entryX=0.005;entryY=0.07;entryDx=0;entryDy=0;entryPerimeter=0;startArrow=none;startFill=0;endArrow=none;endFill=0;exitX=0;exitY=0.5;exitDx=0;exitDy=0;" target="TRXBdDGxTs-NISdQ8IEX-23">
          <mxGeometry relative="1" as="geometry">
            <Array as="points">
              <mxPoint x="710" y="-259" />
              <mxPoint x="710" y="-50" />
              <mxPoint x="761" y="-50" />
            </Array>
            <mxPoint x="870" y="-250" as="sourcePoint" />
            <mxPoint x="740" y="-70" as="targetPoint" />
          </mxGeometry>
        </mxCell>
        <mxCell id="Qc-xl6jv6DDGC1pgQnW8-28" edge="1" parent="1" source="TRXBdDGxTs-NISdQ8IEX-12" style="edgeStyle=orthogonalEdgeStyle;rounded=0;orthogonalLoop=1;jettySize=auto;html=1;entryX=0.5;entryY=0;entryDx=0;entryDy=0;endArrow=none;endFill=0;startArrow=diamond;startFill=1;" target="Qc-xl6jv6DDGC1pgQnW8-1">
          <mxGeometry relative="1" as="geometry" />
        </mxCell>
        <mxCell id="Qc-xl6jv6DDGC1pgQnW8-33" parent="1" style="text;html=1;whiteSpace=wrap;strokeColor=none;fillColor=none;align=center;verticalAlign=middle;rounded=0;" value="use" vertex="1">
          <mxGeometry height="30" width="60" x="660" y="-410" as="geometry" />
        </mxCell>
        <mxCell id="SmUk0WE4a00IHk_lRsVr-1" parent="1" style="text;html=1;whiteSpace=wrap;strokeColor=none;fillColor=none;align=center;verticalAlign=middle;rounded=0;" value="0..*" vertex="1">
          <mxGeometry height="30" width="60" x="920" y="-396" as="geometry" />
        </mxCell>
        <mxCell id="SmUk0WE4a00IHk_lRsVr-2" parent="1" style="text;html=1;whiteSpace=wrap;strokeColor=none;fillColor=none;align=center;verticalAlign=middle;rounded=0;" value="1" vertex="1">
          <mxGeometry height="30" width="60" x="480" y="-280" as="geometry" />
        </mxCell>
        <mxCell id="oMLWTCMjyaFDdx6GEP5y-1" parent="1" style="text;html=1;whiteSpace=wrap;strokeColor=none;fillColor=none;align=center;verticalAlign=middle;rounded=0;" value="1" vertex="1">
          <mxGeometry height="21" width="35" x="370" y="-110" as="geometry" />
        </mxCell>
        <mxCell id="SmUk0WE4a00IHk_lRsVr-3" parent="1" style="text;html=1;whiteSpace=wrap;strokeColor=none;fillColor=none;align=center;verticalAlign=middle;rounded=0;" value="1" vertex="1">
          <mxGeometry height="30" width="60" x="710" y="-300" as="geometry" />
        </mxCell>
        <mxCell id="oMLWTCMjyaFDdx6GEP5y-2" parent="1" style="text;html=1;whiteSpace=wrap;strokeColor=none;fillColor=none;align=center;verticalAlign=middle;rounded=0;" value="0..*" vertex="1">
          <mxGeometry height="30" width="60" x="529" y="-89" as="geometry" />
        </mxCell>
-         <mxCell id="SmUk0WE4a00IHk_lRsVr-4" parent="1" style="text;html=1;whiteSpace=wrap;strokeColor=none;fillColor=none;align=center;verticalAlign=middle;rounded=0;" value="1..*" vertex="1">
+         <mxCell id="SmUk0WE4a00IHk_lRsVr-4" parent="1" style="text;html=1;whiteSpace=wrap;strokeColor=none;fillColor=none;align=center;verticalAlign=middle;rounded=0;" value="3..*" vertex="1">
          <mxGeometry height="30" width="50" x="710" y="-80" as="geometry" />
        </mxCell>
        <mxCell id="oMLWTCMjyaFDdx6GEP5y-3" parent="1" style="text;html=1;whiteSpace=wrap;strokeColor=none;fillColor=none;align=center;verticalAlign=middle;rounded=0;" value="1" vertex="1">
          <mxGeometry height="21" width="35" x="282.5" y="-180" as="geometry" />
        </mxCell>
        <mxCell id="oMLWTCMjyaFDdx6GEP5y-4" parent="1" style="text;html=1;whiteSpace=wrap;strokeColor=none;fillColor=none;align=center;verticalAlign=middle;rounded=0;" value="0..*" vertex="1">
          <mxGeometry height="30" width="60" x="300" y="-73" as="geometry" />
        </mxCell>
        <mxCell id="G2LW6t1l3yR2lz-vioTT-3" parent="1" style="text;html=1;whiteSpace=wrap;strokeColor=none;fillColor=none;align=center;verticalAlign=middle;rounded=0;" value="Business Logic Layer" vertex="1">
          <mxGeometry height="30" width="140" x="180" y="-450" as="geometry" />
        </mxCell>
        <mxCell id="edcSE9v4uRvSrk_5zedf-1" edge="1" parent="1" source="edcSE9v4uRvSrk_5zedf-2" style="edgeStyle=orthogonalEdgeStyle;rounded=0;orthogonalLoop=1;jettySize=auto;html=1;entryX=0.03;entryY=0.128;entryDx=0;entryDy=0;curved=1;entryPerimeter=0;exitX=0.5;exitY=0;exitDx=0;exitDy=0;" target="Qc-xl6jv6DDGC1pgQnW8-1">
          <mxGeometry relative="1" as="geometry">
            <mxPoint x="200" y="-10" as="targetPoint" />
          </mxGeometry>
        </mxCell>
        <mxCell id="edcSE9v4uRvSrk_5zedf-2" parent="1" style="rounded=0;whiteSpace=wrap;html=1;fillColor=#FFEFD3;strokeColor=#d6b656;fontSize=10;" value="user can have multiple review to different places" vertex="1">
          <mxGeometry height="60" width="120" x="40" y="44" as="geometry" />
        </mxCell>
      </root>
    </mxGraphModel>
  </diagram>
</mxfile>
